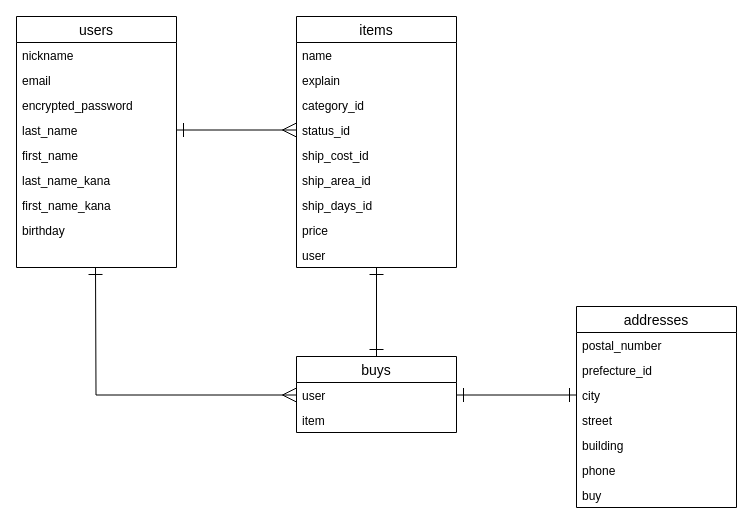
Before: er.dio in terrine-18kip/furima-32124, a draw.io diagram. Source tidied: cells renumbered, new cells numbered last; positions are measured from the earlier drawing's top-left corner, leaving out a move shared by most shapes. Both pictures are drawn from the tidied source at 100%, with x=0, y=0 at pixel (16, 16).
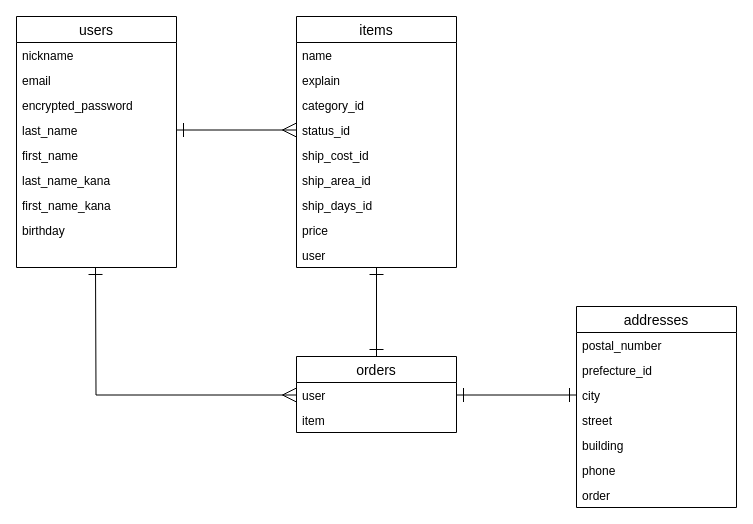
The same page after the edit.

The change refers to these unchanged cells:
```xml
<mxCell id="28" value="addresses" style="swimlane;fontStyle=0;horizontal=1;startSize=26;align=center;fontSize=14;" parent="1" vertex="1">
  <mxGeometry x="560" y="290" width="160" height="201" as="geometry" />
</mxCell>
```

What changed in the source:
```diff
@@
-    <mxCell id="25" value="buys" style="swimlane;fontStyle=0;horizontal=1;startSize=26;align=center;fontSize=14;" parent="1" vertex="1">
+    <mxCell id="25" value="orders" style="swimlane;fontStyle=0;horizontal=1;startSize=26;align=center;fontSize=14;" parent="1" vertex="1">
       <mxGeometry x="280" y="340" width="160" height="76" as="geometry" />
     </mxCell>
@@
-    <mxCell id="35" value="buy" style="text;strokeColor=none;fillColor=none;spacingLeft=4;spacingRight=4;overflow=hidden;fontSize=12;" parent="28" vertex="1">
+    <mxCell id="35" value="order" style="text;strokeColor=none;fillColor=none;spacingLeft=4;spacingRight=4;overflow=hidden;fontSize=12;" parent="28" vertex="1">
       <mxGeometry y="176" width="160" height="25" as="geometry" />
     </mxCell>
```
